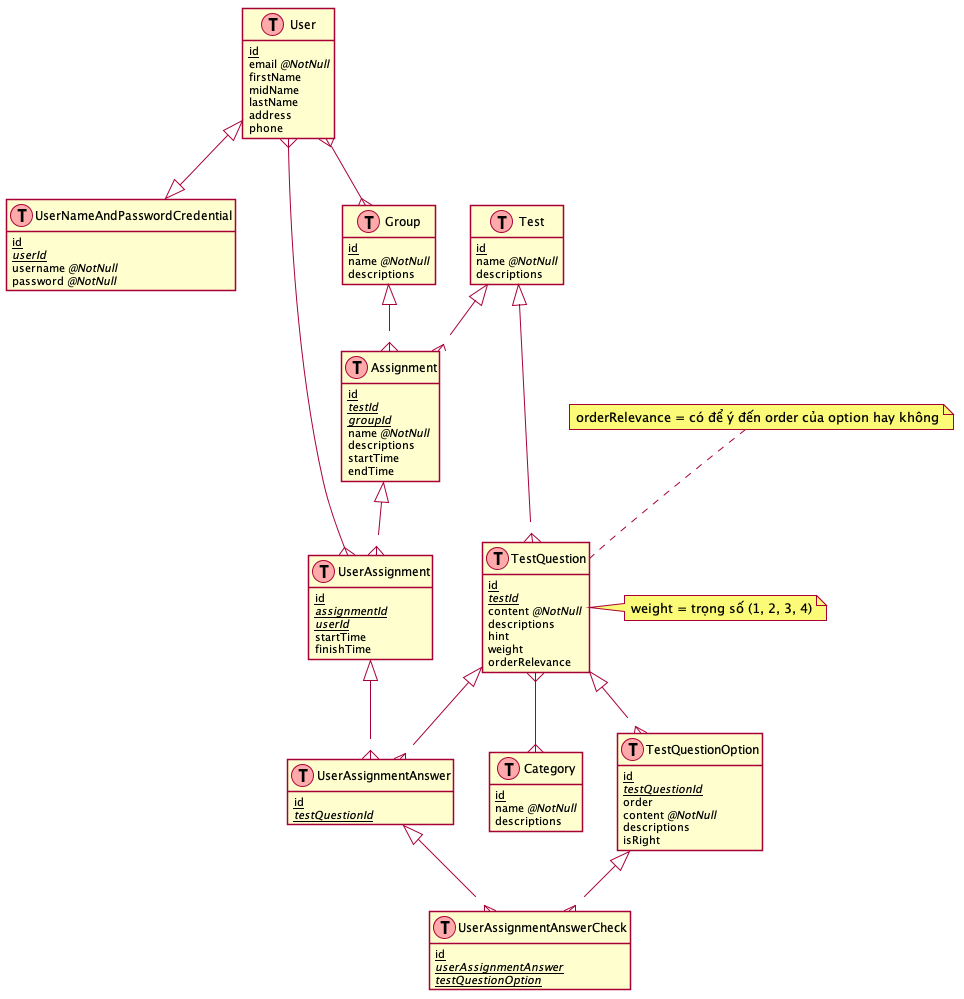
binhsonnguyen/master-quiz keeps this PlantUML diagram as database-diagram.png. Above is the earlier version. Its source is kept beside it as database-diagram.puml.
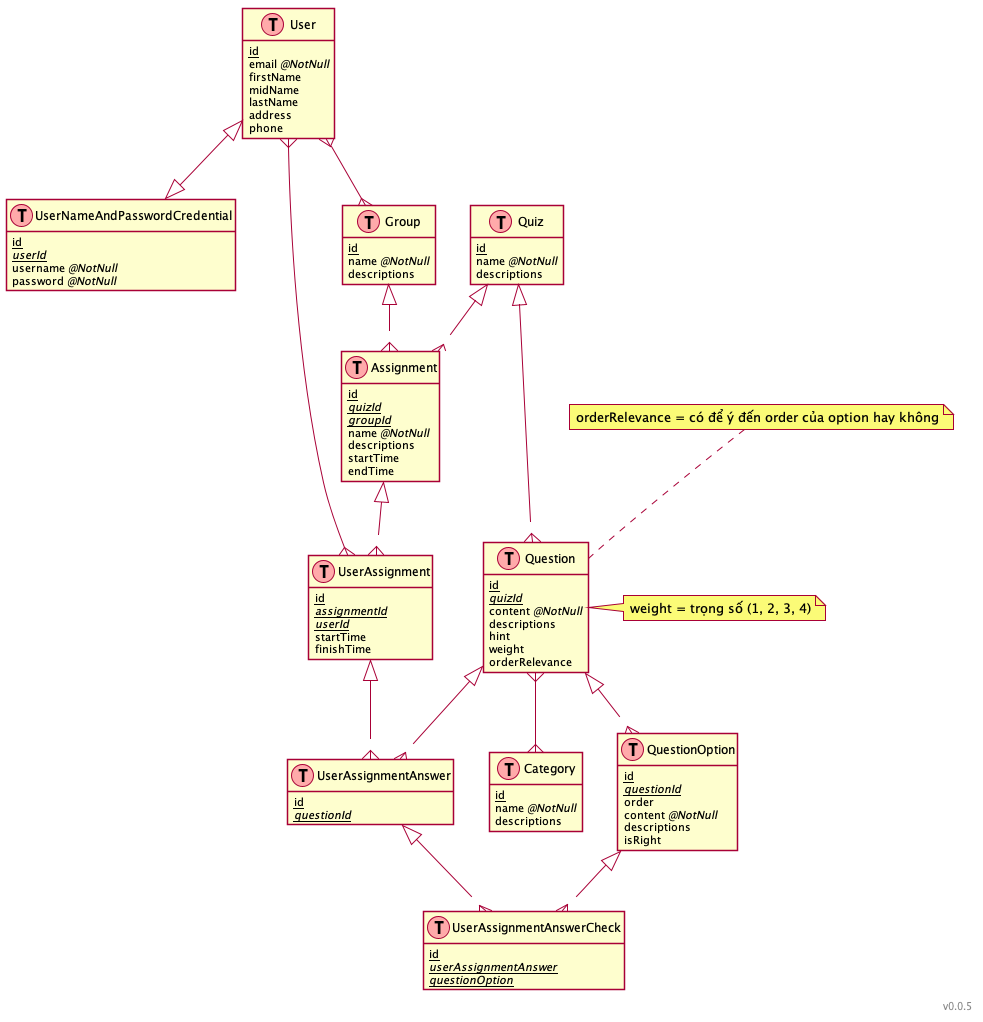
The same file after the commit.

Commit message:
update database diagram v0.0.5

What changed in the source:
```diff
@@ -29,15 +29,15 @@
   password <i>@NotNull</i>
 }
 
-table(Test) {
+table(Quiz) {
   pk(id)
   name <i>@NotNull</i>
   descriptions
 }
 
-table(TestQuestion) {
+table(Question) {
   pk(id)
-  fk(testId)
+  fk(quizId)
   content <i>@NotNull</i>
   descriptions
   hint
@@ -45,9 +45,9 @@
   orderRelevance
 }
 
-table(TestQuestionOption) {
+table(QuestionOption) {
   pk(id)
-  fk(testQuestionId)
+  fk(questionId)
   order
   content <i>@NotNull</i>
   descriptions
@@ -62,7 +62,7 @@
 
 table(Assignment) {
   pk(id)
-  fk(testId)
+  fk(quizId)
   fk(groupId)
   name <i>@NotNull</i>
   descriptions
@@ -80,30 +80,32 @@
 
 table(UserAssignmentAnswer) {
   pk(id)
-  fk(testQuestionId)
+  fk(questionId)
 }
 
 table(UserAssignmentAnswerCheck) {
   pk(id)
   fk(userAssignmentAnswer)
-  fk(testQuestionOption)
+  fk(questionOption)
 }
 
-note right of TestQuestion: weight = trọng số (1, 2, 3, 4)
-note top of TestQuestion: orderRelevance = có để ý đến order của option hay không
+note right of Question: weight = trọng số (1, 2, 3, 4)
+note top of Question: orderRelevance = có để ý đến order của option hay không
 
 User }--{ Group
 User <|--|> UserNameAndPasswordCredential
-Test <|--{ TestQuestion
-TestQuestion <|--{ TestQuestionOption
-TestQuestion }--{ Category
-Test <|--{ Assignment
+Quiz <|--{ Question
+Question <|--{ QuestionOption
+Question }--{ Category
+Quiz <|--{ Assignment
 Group <|--{ Assignment
 User }--{ UserAssignment
 Assignment <|--{ UserAssignment
 UserAssignment <|--{ UserAssignmentAnswer
-TestQuestion <|--{ UserAssignmentAnswer
+Question <|--{ UserAssignmentAnswer
 UserAssignmentAnswer <|--{ UserAssignmentAnswerCheck
-TestQuestionOption <|--{ UserAssignmentAnswerCheck
+QuestionOption <|--{ UserAssignmentAnswerCheck
+
+right footer v0.0.5
 
 @enduml
```
